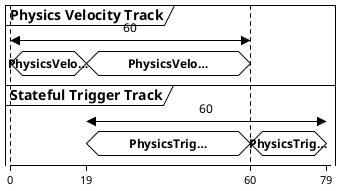
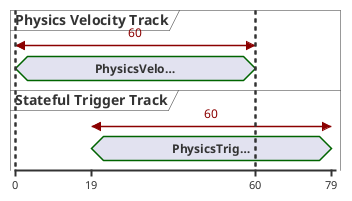
@startuml
- !theme plain
<style>
timingDiagram {
  timegrid {
    LineColor transparent
    LineThickness 0
  }
}
</style>
' Generated from Unity Timeline: /home/i/GitHub/vex-timeline-smith/tests/Vex.TimelineSmith.Tests/Fixtures/Playables/08_Timeline.playable
' fps=60  duration=79f  clips=2  px/frame=4
manual time-axis
scale 1 as 4 pixels

concise "Physics Velocity Track" as PhysicsVelocityTrack_0
concise "Stateful Trigger Track" as StatefulTriggerTrack_1

@0 as :0
- @19 as :19
@60 as :60
@79 as :79

- @:0
+ @0
PhysicsVelocityTrack_0 is "PhysicsVelo…"
- StatefulTriggerTrack_1 is {hidden}

- @:19
- PhysicsVelocityTrack_0 is "PhysicsVelo…"
+ @19
StatefulTriggerTrack_1 is "PhysicsTrig…"

- @:60
+ @60
PhysicsVelocityTrack_0 is {hidden}
- StatefulTriggerTrack_1 is "PhysicsTrig…"

- @:79
- PhysicsVelocityTrack_0 is {hidden}
+ @79
StatefulTriggerTrack_1 is {hidden}

' --- duration / blend ---
PhysicsVelocityTrack_0@0 <-> @60 : 60
StatefulTriggerTrack_1@19 <-> @79 : 60

' --- major frame guides ---
highlight 0 to 0.01 #B0B0B0
highlight 60 to 60.01 #B0B0B0

@enduml

- '
+ ' ===VEX_PLAYABLE_BYTES_V1===
+ ' sha256:9df769c75c679660114e2109685182bef3551c38f6a128bc9be36fb8bf713af9
+ ' JVlBTUwgMS4xCiVUQUcgIXUhIHRhZzp1bml0eTNkLmNvbSwyMDExOgotLS0gIXUhMTE0ICYtNzk2
+ ' NTcwODczOTU4Mjc0MDEzMgpNb25vQmVoYXZpb3VyOgogIG1fT2JqZWN0SGlkZUZsYWdzOiAxCiAg
+ ' bV9Db3JyZXNwb25kaW5nU291cmNlT2JqZWN0OiB7ZmlsZUlEOiAwfQogIG1fUHJlZmFiSW5zdGFu
+ ' Y2U6IHtmaWxlSUQ6IDB9CiAgbV9QcmVmYWJBc3NldDoge2ZpbGVJRDogMH0KICBtX0dhbWVPYmpl
+ ' Y3Q6IHtmaWxlSUQ6IDB9CiAgbV9FbmFibGVkOiAxCiAgbV9FZGl0b3JIaWRlRmxhZ3M6IDAKICBt
+ ' X1NjcmlwdDoge2ZpbGVJRDogMTE1MDAwMDAsIGd1aWQ6IDQ0Mzg4MWI4N2E4MmQwMTg4ODUzYTk2
+ ' ZWZjNjZiZTVhLCB0eXBlOiAzfQogIG1fTmFtZTogUGh5c2ljcyBWZWxvY2l0eSBUcmFjawogIG1f
+ ' RWRpdG9yQ2xhc3NJZGVudGlmaWVyOiBCb3ZpbmVMYWJzLlRpbWVsaW5lLlBoeXNpY3MuQXV0aG9y
+ ' aW5nOjpCb3ZpbmVMYWJzLlRpbWVsaW5lLlBoeXNpY3MuQXV0aG9yaW5nLlBoeXNpY3NWZWxvY2l0
+ ' eVRyYWNrCiAgbV9WZXJzaW9uOiAzCiAgbV9BbmltQ2xpcDoge2ZpbGVJRDogMH0KICBtX0xvY2tl
+ ' ZDogMAogIG1fTXV0ZWQ6IDAKICBtX0N1c3RvbVBsYXlhYmxlRnVsbFR5cGVuYW1lOiAKICBtX0N1
+ ' cnZlczoge2ZpbGVJRDogMH0KICBtX1BhcmVudDoge2ZpbGVJRDogMTE0MDAwMDB9CiAgbV9DaGls
+ ' ZHJlbjogW10KICBtX0NsaXBzOgogIC0gbV9WZXJzaW9uOiAxCiAgICBtX1N0YXJ0OiAwCiAgICBt
+ ' X0NsaXBJbjogMAogICAgbV9Bc3NldDoge2ZpbGVJRDogLTUwNTg3MjMyOTY2MDE0MDk3MDl9CiAg
+ ' ICBtX0R1cmF0aW9uOiAxCiAgICBtX1RpbWVTY2FsZTogMQogICAgbV9QYXJlbnRUcmFjazoge2Zp
+ ' bGVJRDogLTc5NjU3MDg3Mzk1ODI3NDAxMzJ9CiAgICBtX0Vhc2VJbkR1cmF0aW9uOiAwCiAgICBt
+ ' X0Vhc2VPdXREdXJhdGlvbjogMAogICAgbV9CbGVuZEluRHVyYXRpb246IC0xCiAgICBtX0JsZW5k
+ ' T3V0RHVyYXRpb246IC0xCiAgICBtX01peEluQ3VydmU6CiAgICAgIHNlcmlhbGl6ZWRWZXJzaW9u
+ ' OiAyCiAgICAgIG1fQ3VydmU6CiAgICAgIC0gc2VyaWFsaXplZFZlcnNpb246IDMKICAgICAgICB0
+ ' aW1lOiAwCiAgICAgICAgdmFsdWU6IDAKICAgICAgICBpblNsb3BlOiAwCiAgICAgICAgb3V0U2xv
+ ' cGU6IDAKICAgICAgICB0YW5nZW50TW9kZTogMAogICAgICAgIHdlaWdodGVkTW9kZTogMAogICAg
+ ' ICAgIGluV2VpZ2h0OiAwCiAgICAgICAgb3V0V2VpZ2h0OiAwCiAgICAgIC0gc2VyaWFsaXplZFZl
+ ' cnNpb246IDMKICAgICAgICB0aW1lOiAxCiAgICAgICAgdmFsdWU6IDEKICAgICAgICBpblNsb3Bl
+ ' OiAwCiAgICAgICAgb3V0U2xvcGU6IDAKICAgICAgICB0YW5nZW50TW9kZTogMAogICAgICAgIHdl
+ ' aWdodGVkTW9kZTogMAogICAgICAgIGluV2VpZ2h0OiAwCiAgICAgICAgb3V0V2VpZ2h0OiAwCiAg
+ ' ICAgIG1fUHJlSW5maW5pdHk6IDIKICAgICAgbV9Qb3N0SW5maW5pdHk6IDIKICAgICAgbV9Sb3Rh
+ ' dGlvbk9yZGVyOiA0CiAgICBtX01peE91dEN1cnZlOgogICAgICBzZXJpYWxpemVkVmVyc2lvbjog
+ ' MgogICAgICBtX0N1cnZlOgogICAgICAtIHNlcmlhbGl6ZWRWZXJzaW9uOiAzCiAgICAgICAgdGlt
+ ' ZTogMAogICAgICAgIHZhbHVlOiAxCiAgICAgICAgaW5TbG9wZTogMAogICAgICAgIG91dFNsb3Bl
+ ' OiAwCiAgICAgICAgdGFuZ2VudE1vZGU6IDAKICAgICAgICB3ZWlnaHRlZE1vZGU6IDAKICAgICAg
+ ' ICBpbldlaWdodDogMAogICAgICAgIG91dFdlaWdodDogMAogICAgICAtIHNlcmlhbGl6ZWRWZXJz
+ ' aW9uOiAzCiAgICAgICAgdGltZTogMQogICAgICAgIHZhbHVlOiAwCiAgICAgICAgaW5TbG9wZTog
+ ' MAogICAgICAgIG91dFNsb3BlOiAwCiAgICAgICAgdGFuZ2VudE1vZGU6IDAKICAgICAgICB3ZWln
+ ' aHRlZE1vZGU6IDAKICAgICAgICBpbldlaWdodDogMAogICAgICAgIG91dFdlaWdodDogMAogICAg
+ ' ICBtX1ByZUluZmluaXR5OiAyCiAgICAgIG1fUG9zdEluZmluaXR5OiAyCiAgICAgIG1fUm90YXRp
+ ' b25PcmRlcjogNAogICAgbV9CbGVuZEluQ3VydmVNb2RlOiAwCiAgICBtX0JsZW5kT3V0Q3VydmVN
+ ' b2RlOiAwCiAgICBtX0V4cG9zZWRQYXJhbWV0ZXJOYW1lczogW10KICAgIG1fQW5pbWF0aW9uQ3Vy
+ ' dmVzOiB7ZmlsZUlEOiAwfQogICAgbV9SZWNvcmRhYmxlOiAwCiAgICBtX1Bvc3RFeHRyYXBvbGF0
+ ' aW9uTW9kZTogMAogICAgbV9QcmVFeHRyYXBvbGF0aW9uTW9kZTogMAogICAgbV9Qb3N0RXh0cmFw
+ ' b2xhdGlvblRpbWU6IDAKICAgIG1fUHJlRXh0cmFwb2xhdGlvblRpbWU6IDAKICAgIG1fRGlzcGxh
+ ' eU5hbWU6IFBoeXNpY3NWZWxvY2l0eUNsaXAKICBtX01hcmtlcnM6CiAgICBtX09iamVjdHM6IFtd
+ ' CiAgcmVzZXRPbkRlYWN0aXZhdGU6IDEKLS0tICF1ITExNCAmLTc2ODI4NDI4MDgyMDYwNTMyMzYK
+ ' TW9ub0JlaGF2aW91cjoKICBtX09iamVjdEhpZGVGbGFnczogMQogIG1fQ29ycmVzcG9uZGluZ1Nv
+ ' dXJjZU9iamVjdDoge2ZpbGVJRDogMH0KICBtX1ByZWZhYkluc3RhbmNlOiB7ZmlsZUlEOiAwfQog
+ ' IG1fUHJlZmFiQXNzZXQ6IHtmaWxlSUQ6IDB9CiAgbV9HYW1lT2JqZWN0OiB7ZmlsZUlEOiAwfQog
+ ' IG1fRW5hYmxlZDogMQogIG1fRWRpdG9ySGlkZUZsYWdzOiAwCiAgbV9TY3JpcHQ6IHtmaWxlSUQ6
+ ' IDExNTAwMDAwLCBndWlkOiAwZmU0NGM3MTg1ZmQ3NDEyMGI5YzVlYTEwMWQ5ZmExYywgdHlwZTog
+ ' M30KICBtX05hbWU6IFBoeXNpY3NUcmlnZ2VySW5zdGFudGlhdGVDbGlwCiAgbV9FZGl0b3JDbGFz
+ ' c0lkZW50aWZpZXI6IEJvdmluZUxhYnMuVGltZWxpbmUuUGh5c2ljcy5BdXRob3Jpbmc6OkJvdmlu
+ ' ZUxhYnMuVGltZWxpbmUuUGh5c2ljcy5BdXRob3JpbmcuUGh5c2ljc1RyaWdnZXJJbnN0YW50aWF0
+ ' ZUNsaXAKICBwcmVmYWI6IHtmaWxlSUQ6IDc5MTI5NjY4MjQwNTUxMTMzMDgsIGd1aWQ6IDk1MWRl
+ ' MjdmYWUwZjE5YjQ3ODg3ZDljNDk2NDdmOTMxLCB0eXBlOiAzfQogIGV2ZW50U3RhdGU6IDEKICBz
+ ' bmFwVG9UcmFuc2Zvcm06IDEKLS0tICF1ITExNCAmLTUwNTg3MjMyOTY2MDE0MDk3MDkKTW9ub0Jl
+ ' aGF2aW91cjoKICBtX09iamVjdEhpZGVGbGFnczogMQogIG1fQ29ycmVzcG9uZGluZ1NvdXJjZU9i
+ ' amVjdDoge2ZpbGVJRDogMH0KICBtX1ByZWZhYkluc3RhbmNlOiB7ZmlsZUlEOiAwfQogIG1fUHJl
+ ' ZmFiQXNzZXQ6IHtmaWxlSUQ6IDB9CiAgbV9HYW1lT2JqZWN0OiB7ZmlsZUlEOiAwfQogIG1fRW5h
+ ' YmxlZDogMQogIG1fRWRpdG9ySGlkZUZsYWdzOiAwCiAgbV9TY3JpcHQ6IHtmaWxlSUQ6IDExNTAw
+ ' MDAwLCBndWlkOiA5MGY3YTYyNDUyZDg2N2ViM2I1NjlkY2E5MjUzYjlhOSwgdHlwZTogM30KICBt
+ ' X05hbWU6IFBoeXNpY3NWZWxvY2l0eUNsaXAKICBtX0VkaXRvckNsYXNzSWRlbnRpZmllcjogQm92
+ ' aW5lTGFicy5UaW1lbGluZS5QaHlzaWNzLkF1dGhvcmluZzo6Qm92aW5lTGFicy5UaW1lbGluZS5Q
+ ' aHlzaWNzLkF1dGhvcmluZy5QaHlzaWNzVmVsb2NpdHlDbGlwCiAgbGluZWFyVmVsb2NpdHk6IHt4
+ ' OiAwLCB5OiAxMCwgejogMTAwfQogIGFuZ3VsYXJWZWxvY2l0eToge3g6IDAsIHk6IDAsIHo6IDB9
+ ' CiAgaXNMb2NhbFNwYWNlOiAwCi0tLSAhdSExMTQgJi0yMDQ0NDk5NjI2OTM0NzE3ODA3Ck1vbm9C
+ ' ZWhhdmlvdXI6CiAgbV9PYmplY3RIaWRlRmxhZ3M6IDEKICBtX0NvcnJlc3BvbmRpbmdTb3VyY2VP
+ ' YmplY3Q6IHtmaWxlSUQ6IDB9CiAgbV9QcmVmYWJJbnN0YW5jZToge2ZpbGVJRDogMH0KICBtX1By
+ ' ZWZhYkFzc2V0OiB7ZmlsZUlEOiAwfQogIG1fR2FtZU9iamVjdDoge2ZpbGVJRDogMH0KICBtX0Vu
+ ' YWJsZWQ6IDEKICBtX0VkaXRvckhpZGVGbGFnczogMAogIG1fU2NyaXB0OiB7ZmlsZUlEOiAxMTUw
+ ' MDAwMCwgZ3VpZDogNTkzZDZhYWU2NzY5NjAyMGI4M2QxMDUzYTc2MTIyYmMsIHR5cGU6IDN9CiAg
+ ' bV9OYW1lOiBTdGF0ZWZ1bCBUcmlnZ2VyIFRyYWNrCiAgbV9FZGl0b3JDbGFzc0lkZW50aWZpZXI6
+ ' IEJvdmluZUxhYnMuVGltZWxpbmUuUGh5c2ljcy5BdXRob3Jpbmc6OkJvdmluZUxhYnMuVGltZWxp
+ ' bmUuUGh5c2ljcy5BdXRob3JpbmcuU3RhdGVmdWxUcmlnZ2VyVHJhY2sKICBtX1ZlcnNpb246IDMK
+ ' ICBtX0FuaW1DbGlwOiB7ZmlsZUlEOiAwfQogIG1fTG9ja2VkOiAwCiAgbV9NdXRlZDogMAogIG1f
+ ' Q3VzdG9tUGxheWFibGVGdWxsVHlwZW5hbWU6IAogIG1fQ3VydmVzOiB7ZmlsZUlEOiAwfQogIG1f
+ ' UGFyZW50OiB7ZmlsZUlEOiAxMTQwMDAwMH0KICBtX0NoaWxkcmVuOiBbXQogIG1fQ2xpcHM6CiAg
+ ' LSBtX1ZlcnNpb246IDEKICAgIG1fU3RhcnQ6IDAuMzE2NjY2NjY2NjY2NjY2NjUKICAgIG1fQ2xp
+ ' cEluOiAwCiAgICBtX0Fzc2V0OiB7ZmlsZUlEOiAtNzY4Mjg0MjgwODIwNjA1MzIzNn0KICAgIG1f
+ ' RHVyYXRpb246IDEKICAgIG1fVGltZVNjYWxlOiAxCiAgICBtX1BhcmVudFRyYWNrOiB7ZmlsZUlE
+ ' OiAtMjA0NDQ5OTYyNjkzNDcxNzgwN30KICAgIG1fRWFzZUluRHVyYXRpb246IDAKICAgIG1fRWFz
+ ' ZU91dER1cmF0aW9uOiAwCiAgICBtX0JsZW5kSW5EdXJhdGlvbjogMAogICAgbV9CbGVuZE91dER1
+ ' cmF0aW9uOiAwCiAgICBtX01peEluQ3VydmU6CiAgICAgIHNlcmlhbGl6ZWRWZXJzaW9uOiAyCiAg
+ ' ICAgIG1fQ3VydmU6CiAgICAgIC0gc2VyaWFsaXplZFZlcnNpb246IDMKICAgICAgICB0aW1lOiAw
+ ' CiAgICAgICAgdmFsdWU6IDAKICAgICAgICBpblNsb3BlOiAwCiAgICAgICAgb3V0U2xvcGU6IDAK
+ ' ICAgICAgICB0YW5nZW50TW9kZTogMAogICAgICAgIHdlaWdodGVkTW9kZTogMAogICAgICAgIGlu
+ ' V2VpZ2h0OiAwCiAgICAgICAgb3V0V2VpZ2h0OiAwCiAgICAgIC0gc2VyaWFsaXplZFZlcnNpb246
+ ' IDMKICAgICAgICB0aW1lOiAxCiAgICAgICAgdmFsdWU6IDEKICAgICAgICBpblNsb3BlOiAwCiAg
+ ' ICAgICAgb3V0U2xvcGU6IDAKICAgICAgICB0YW5nZW50TW9kZTogMAogICAgICAgIHdlaWdodGVk
+ ' TW9kZTogMAogICAgICAgIGluV2VpZ2h0OiAwCiAgICAgICAgb3V0V2VpZ2h0OiAwCiAgICAgIG1f
+ ' UHJlSW5maW5pdHk6IDIKICAgICAgbV9Qb3N0SW5maW5pdHk6IDIKICAgICAgbV9Sb3RhdGlvbk9y
+ ' ZGVyOiA0CiAgICBtX01peE91dEN1cnZlOgogICAgICBzZXJpYWxpemVkVmVyc2lvbjogMgogICAg
+ ' ICBtX0N1cnZlOgogICAgICAtIHNlcmlhbGl6ZWRWZXJzaW9uOiAzCiAgICAgICAgdGltZTogMAog
+ ' ICAgICAgIHZhbHVlOiAxCiAgICAgICAgaW5TbG9wZTogMAogICAgICAgIG91dFNsb3BlOiAwCiAg
+ ' ICAgICAgdGFuZ2VudE1vZGU6IDAKICAgICAgICB3ZWlnaHRlZE1vZGU6IDAKICAgICAgICBpbldl
+ ' aWdodDogMAogICAgICAgIG91dFdlaWdodDogMAogICAgICAtIHNlcmlhbGl6ZWRWZXJzaW9uOiAz
+ ' CiAgICAgICAgdGltZTogMQogICAgICAgIHZhbHVlOiAwCiAgICAgICAgaW5TbG9wZTogMAogICAg
+ ' ICAgIG91dFNsb3BlOiAwCiAgICAgICAgdGFuZ2VudE1vZGU6IDAKICAgICAgICB3ZWlnaHRlZE1v
+ ' ZGU6IDAKICAgICAgICBpbldlaWdodDogMAogICAgICAgIG91dFdlaWdodDogMAogICAgICBtX1By
+ ' ZUluZmluaXR5OiAyCiAgICAgIG1fUG9zdEluZmluaXR5OiAyCiAgICAgIG1fUm90YXRpb25PcmRl
+ ' cjogNAogICAgbV9CbGVuZEluQ3VydmVNb2RlOiAwCiAgICBtX0JsZW5kT3V0Q3VydmVNb2RlOiAw
+ ' CiAgICBtX0V4cG9zZWRQYXJhbWV0ZXJOYW1lczogW10KICAgIG1fQW5pbWF0aW9uQ3VydmVzOiB7
+ ' ZmlsZUlEOiAwfQogICAgbV9SZWNvcmRhYmxlOiAwCiAgICBtX1Bvc3RFeHRyYXBvbGF0aW9uTW9k
+ ' ZTogMAogICAgbV9QcmVFeHRyYXBvbGF0aW9uTW9kZTogMAogICAgbV9Qb3N0RXh0cmFwb2xhdGlv
+ ' blRpbWU6IDAKICAgIG1fUHJlRXh0cmFwb2xhdGlvblRpbWU6IDAKICAgIG1fRGlzcGxheU5hbWU6
+ ' IFBoeXNpY3NUcmlnZ2VySW5zdGFudGlhdGVDbGlwCiAgbV9NYXJrZXJzOgogICAgbV9PYmplY3Rz
+ ' OiBbXQogIHJlc2V0T25EZWFjdGl2YXRlOiAxCi0tLSAhdSExMTQgJjExNDAwMDAwCk1vbm9CZWhh
+ ' dmlvdXI6CiAgbV9PYmplY3RIaWRlRmxhZ3M6IDAKICBtX0NvcnJlc3BvbmRpbmdTb3VyY2VPYmpl
+ ' Y3Q6IHtmaWxlSUQ6IDB9CiAgbV9QcmVmYWJJbnN0YW5jZToge2ZpbGVJRDogMH0KICBtX1ByZWZh
+ ' YkFzc2V0OiB7ZmlsZUlEOiAwfQogIG1fR2FtZU9iamVjdDoge2ZpbGVJRDogMH0KICBtX0VuYWJs
+ ' ZWQ6IDEKICBtX0VkaXRvckhpZGVGbGFnczogMAogIG1fU2NyaXB0OiB7ZmlsZUlEOiAxMTUwMDAw
+ ' MCwgZ3VpZDogYmZkYTU2ZGE4MzNlMjM4NGE5Njc3Y2QzYzk3NmE0MzYsIHR5cGU6IDN9CiAgbV9O
+ ' YW1lOiBUaW1lbGluZQogIG1fRWRpdG9yQ2xhc3NJZGVudGlmaWVyOiBVbml0eS5UaW1lbGluZTo6
+ ' VW5pdHlFbmdpbmUuVGltZWxpbmUuVGltZWxpbmVBc3NldAogIG1fVmVyc2lvbjogMAogIG1fVHJh
+ ' Y2tzOgogIC0ge2ZpbGVJRDogLTc5NjU3MDg3Mzk1ODI3NDAxMzJ9CiAgLSB7ZmlsZUlEOiAtMjA0
+ ' NDQ5OTYyNjkzNDcxNzgwN30KICBtX0ZpeGVkRHVyYXRpb246IDAKICBtX0VkaXRvclNldHRpbmdz
+ ' OgogICAgbV9GcmFtZXJhdGU6IDYwCiAgICBtX1NjZW5lUHJldmlldzogMQogIG1fRHVyYXRpb25N
+ ' b2RlOiAwCiAgbV9NYXJrZXJUcmFjazoge2ZpbGVJRDogMH0K
+ ' ===END_VEX_PLAYABLE_BYTES_V1===
